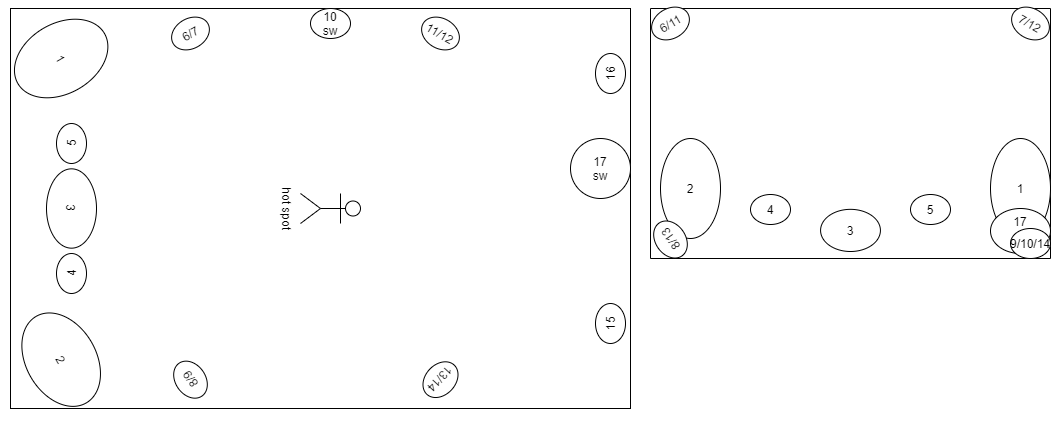
The draw.io diagram images/phase1-room-layout.png in ecow/liroma, before a commit. Source tidied: cells renumbered, new cells last; positions are measured from the earlier drawing's top-left corner, leaving out a move shared by most shapes. The source it was exported from:
```xml
<mxGraphModel>
  <root>
    <mxCell id="0" />
    <mxCell id="1" parent="0" />
    <mxCell id="2" style="rounded=0;whiteSpace=wrap;html=1;" parent="1" vertex="1">
      <mxGeometry y="75" width="620" height="400" as="geometry" />
    </mxCell>
    <mxCell id="3" value="2" style="ellipse;whiteSpace=wrap;html=1;rotation=60;" parent="1" vertex="1">
      <mxGeometry x="0.7" y="391.2" width="100" height="70" as="geometry" />
    </mxCell>
    <mxCell id="4" value="1" style="ellipse;whiteSpace=wrap;html=1;rotation=60;" parent="1" vertex="1">
      <mxGeometry x="15.7" y="75" width="70" height="100" as="geometry" />
    </mxCell>
    <mxCell id="5" value="3" style="ellipse;whiteSpace=wrap;html=1;rotation=90;" parent="1" vertex="1">
      <mxGeometry x="21.3" y="250" width="79.3" height="50" as="geometry" />
    </mxCell>
    <mxCell id="6" value="4" style="ellipse;whiteSpace=wrap;html=1;rotation=-90;" parent="1" vertex="1">
      <mxGeometry x="41" y="325" width="40" height="30" as="geometry" />
    </mxCell>
    <mxCell id="7" value="5" style="ellipse;whiteSpace=wrap;html=1;rotation=-90;" parent="1" vertex="1">
      <mxGeometry x="41" y="195" width="40" height="30" as="geometry" />
    </mxCell>
    <mxCell id="8" value="6/7" style="ellipse;whiteSpace=wrap;html=1;rotation=-30;" parent="1" vertex="1">
      <mxGeometry x="160" y="85" width="40" height="30" as="geometry" />
    </mxCell>
    <mxCell id="9" value="8/9" style="ellipse;whiteSpace=wrap;html=1;rotation=-125;" parent="1" vertex="1">
      <mxGeometry x="160" y="431.2" width="40" height="30" as="geometry" />
    </mxCell>
    <mxCell id="10" value="11/12" style="ellipse;whiteSpace=wrap;html=1;rotation=30;" parent="1" vertex="1">
      <mxGeometry x="410" y="85" width="40" height="30" as="geometry" />
    </mxCell>
    <mxCell id="11" value="13/14" style="ellipse;whiteSpace=wrap;html=1;rotation=-227;" parent="1" vertex="1">
      <mxGeometry x="410" y="431.2" width="40" height="30" as="geometry" />
    </mxCell>
    <mxCell id="12" value="16" style="ellipse;whiteSpace=wrap;html=1;rotation=-90;" parent="1" vertex="1">
      <mxGeometry x="580" y="125" width="40" height="30" as="geometry" />
    </mxCell>
    <mxCell id="13" value="15" style="ellipse;whiteSpace=wrap;html=1;rotation=-90;" parent="1" vertex="1">
      <mxGeometry x="580" y="375" width="40" height="30" as="geometry" />
    </mxCell>
    <mxCell id="14" value="10&lt;br&gt;sw" style="ellipse;whiteSpace=wrap;html=1;" parent="1" vertex="1">
      <mxGeometry x="300" y="75" width="40" height="30" as="geometry" />
    </mxCell>
    <mxCell id="15" value="17&lt;br&gt;sw" style="ellipse;whiteSpace=wrap;html=1;" parent="1" vertex="1">
      <mxGeometry x="560" y="205" width="60" height="60" as="geometry" />
    </mxCell>
    <mxCell id="16" value="hot spot" style="shape=umlActor;verticalLabelPosition=bottom;verticalAlign=top;html=1;rotation=90;" parent="1" vertex="1">
      <mxGeometry x="305" y="245" width="30" height="60" as="geometry" />
    </mxCell>
    <mxCell id="17" style="rounded=0;whiteSpace=wrap;html=1;rotation=90;" parent="1" vertex="1">
      <mxGeometry x="715" width="250" height="400" as="geometry" />
    </mxCell>
    <mxCell id="18" value="2" style="ellipse;whiteSpace=wrap;html=1;" parent="1" vertex="1">
      <mxGeometry x="650" y="205" width="60" height="100" as="geometry" />
    </mxCell>
    <mxCell id="19" value="1" style="ellipse;whiteSpace=wrap;html=1;" parent="1" vertex="1">
      <mxGeometry x="980" y="205" width="60" height="100" as="geometry" />
    </mxCell>
    <mxCell id="20" value="3" style="ellipse;whiteSpace=wrap;html=1;rotation=0;" parent="1" vertex="1">
      <mxGeometry x="810.1" y="275.8" width="59.8" height="42.2" as="geometry" />
    </mxCell>
    <mxCell id="21" value="4" style="ellipse;whiteSpace=wrap;html=1;rotation=0;" parent="1" vertex="1">
      <mxGeometry x="740" y="261" width="40" height="30" as="geometry" />
    </mxCell>
    <mxCell id="22" value="5&lt;span style=&quot;color: rgba(0 , 0 , 0 , 0) ; font-family: monospace ; font-size: 0px&quot;&gt;%3CmxGraphModel%3E%3Croot%3E%3CmxCell%20id%3D%220%22%2F%3E%3CmxCell%20id%3D%221%22%20parent%3D%220%22%2F%3E%3CmxCell%20id%3D%222%22%20value%3D%224%22%20style%3D%22ellipse%3BwhiteSpace%3Dwrap%3Bhtml%3D1%3Brotation%3D0%3B%22%20vertex%3D%221%22%20parent%3D%221%22%3E%3CmxGeometry%20x%3D%22780%22%20y%3D%22170%22%20width%3D%2240%22%20height%3D%2230%22%20as%3D%22geometry%22%2F%3E%3C%2FmxCell%3E%3C%2Froot%3E%3C%2FmxGraphModel%3E&lt;/span&gt;&lt;span style=&quot;color: rgba(0 , 0 , 0 , 0) ; font-family: monospace ; font-size: 0px&quot;&gt;%3CmxGraphModel%3E%3Croot%3E%3CmxCell%20id%3D%220%22%2F%3E%3CmxCell%20id%3D%221%22%20parent%3D%220%22%2F%3E%3CmxCell%20id%3D%222%22%20value%3D%224%22%20style%3D%22ellipse%3BwhiteSpace%3Dwrap%3Bhtml%3D1%3Brotation%3D0%3B%22%20vertex%3D%221%22%20parent%3D%221%22%3E%3CmxGeometry%20x%3D%22780%22%20y%3D%22170%22%20width%3D%2240%22%20height%3D%2230%22%20as%3D%22geometry%22%2F%3E%3C%2FmxCell%3E%3C%2Froot%3E%3C%2FmxGraphModel%3E&lt;/span&gt;" style="ellipse;whiteSpace=wrap;html=1;rotation=0;" parent="1" vertex="1">
      <mxGeometry x="900" y="261" width="40" height="30" as="geometry" />
    </mxCell>
    <mxCell id="23" value="6/11" style="ellipse;whiteSpace=wrap;html=1;rotation=-30;" parent="1" vertex="1">
      <mxGeometry x="640" y="75" width="40" height="30" as="geometry" />
    </mxCell>
    <mxCell id="24" value="7/12" style="ellipse;whiteSpace=wrap;html=1;rotation=30;" parent="1" vertex="1">
      <mxGeometry x="1000" y="75" width="40" height="30" as="geometry" />
    </mxCell>
    <mxCell id="25" value="8/13" style="ellipse;whiteSpace=wrap;html=1;rotation=-125;" parent="1" vertex="1">
      <mxGeometry x="640" y="291" width="40" height="30" as="geometry" />
    </mxCell>
    <mxCell id="26" value="17" style="ellipse;whiteSpace=wrap;html=1;verticalAlign=top;" parent="1" vertex="1">
      <mxGeometry x="980" y="275" width="60" height="45" as="geometry" />
    </mxCell>
    <mxCell id="27" value="9/10/14" style="ellipse;whiteSpace=wrap;html=1;rotation=0;" parent="1" vertex="1">
      <mxGeometry x="1000" y="295" width="40" height="30" as="geometry" />
    </mxCell>
  </root>
</mxGraphModel>
```
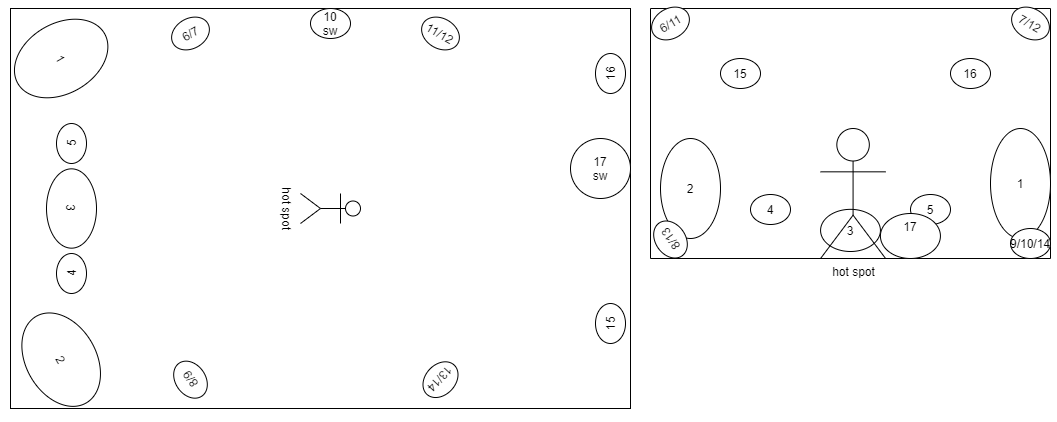
After the commit.

The edit, as a diff of the source:
```diff
@@ -54,7 +54,7 @@
       <mxGeometry x="650" y="205" width="60" height="100" as="geometry" />
     </mxCell>
     <mxCell id="19" value="1" style="ellipse;whiteSpace=wrap;html=1;" parent="1" vertex="1">
-      <mxGeometry x="980" y="205" width="60" height="100" as="geometry" />
+      <mxGeometry x="980" y="195" width="60" height="110" as="geometry" />
     </mxCell>
     <mxCell id="20" value="3" style="ellipse;whiteSpace=wrap;html=1;rotation=0;" parent="1" vertex="1">
       <mxGeometry x="810.1" y="275.8" width="59.8" height="42.2" as="geometry" />
@@ -75,10 +75,19 @@
       <mxGeometry x="640" y="291" width="40" height="30" as="geometry" />
     </mxCell>
     <mxCell id="26" value="17" style="ellipse;whiteSpace=wrap;html=1;verticalAlign=top;" parent="1" vertex="1">
-      <mxGeometry x="980" y="275" width="60" height="45" as="geometry" />
+      <mxGeometry x="869.9" y="280" width="60" height="45" as="geometry" />
     </mxCell>
     <mxCell id="27" value="9/10/14" style="ellipse;whiteSpace=wrap;html=1;rotation=0;" parent="1" vertex="1">
       <mxGeometry x="1000" y="295" width="40" height="30" as="geometry" />
     </mxCell>
+    <mxCell id="28" value="hot spot" style="shape=umlActor;verticalLabelPosition=bottom;verticalAlign=top;html=1;rotation=0;" parent="1" vertex="1">
+      <mxGeometry x="810.1" y="195" width="65" height="130" as="geometry" />
+    </mxCell>
+    <mxCell id="29" value="16" style="ellipse;whiteSpace=wrap;html=1;rotation=0;" parent="1" vertex="1">
+      <mxGeometry x="940" y="125" width="40" height="30" as="geometry" />
+    </mxCell>
+    <mxCell id="30" value="15" style="ellipse;whiteSpace=wrap;html=1;rotation=0;" parent="1" vertex="1">
+      <mxGeometry x="710" y="125" width="40" height="30" as="geometry" />
+    </mxCell>
   </root>
 </mxGraphModel>
```
